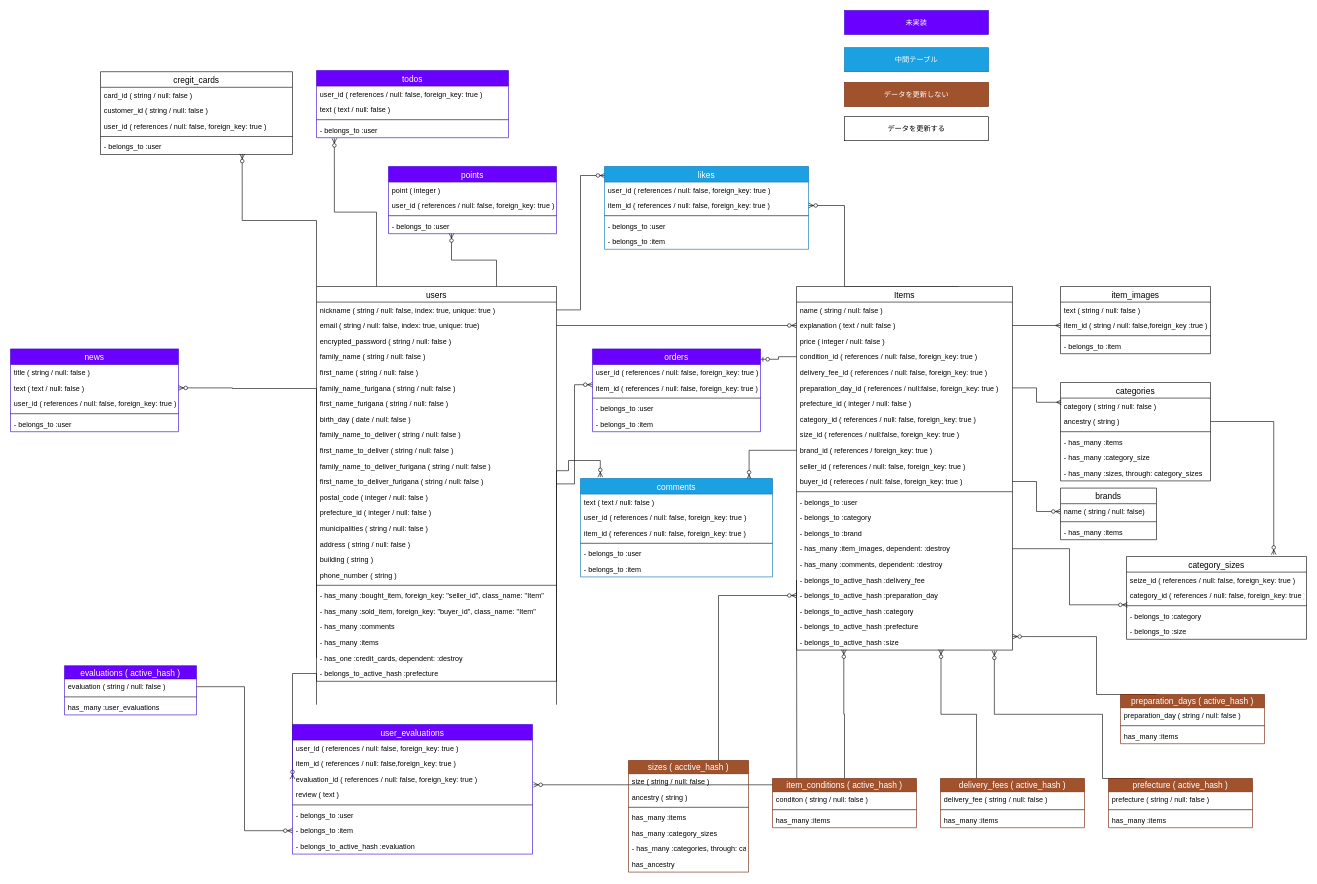
yuktnk/fleamarket_sample_80g keeps this draw.io diagram as ER.drawio. Above is the earlier version. Source tidied: cells renumbered, new cells numbered last; positions are measured from the earlier drawing's top-left corner, leaving out a move shared by most shapes. Both pictures are drawn from the tidied source at 60%, with x=0, y=0 at pixel (10, 10).
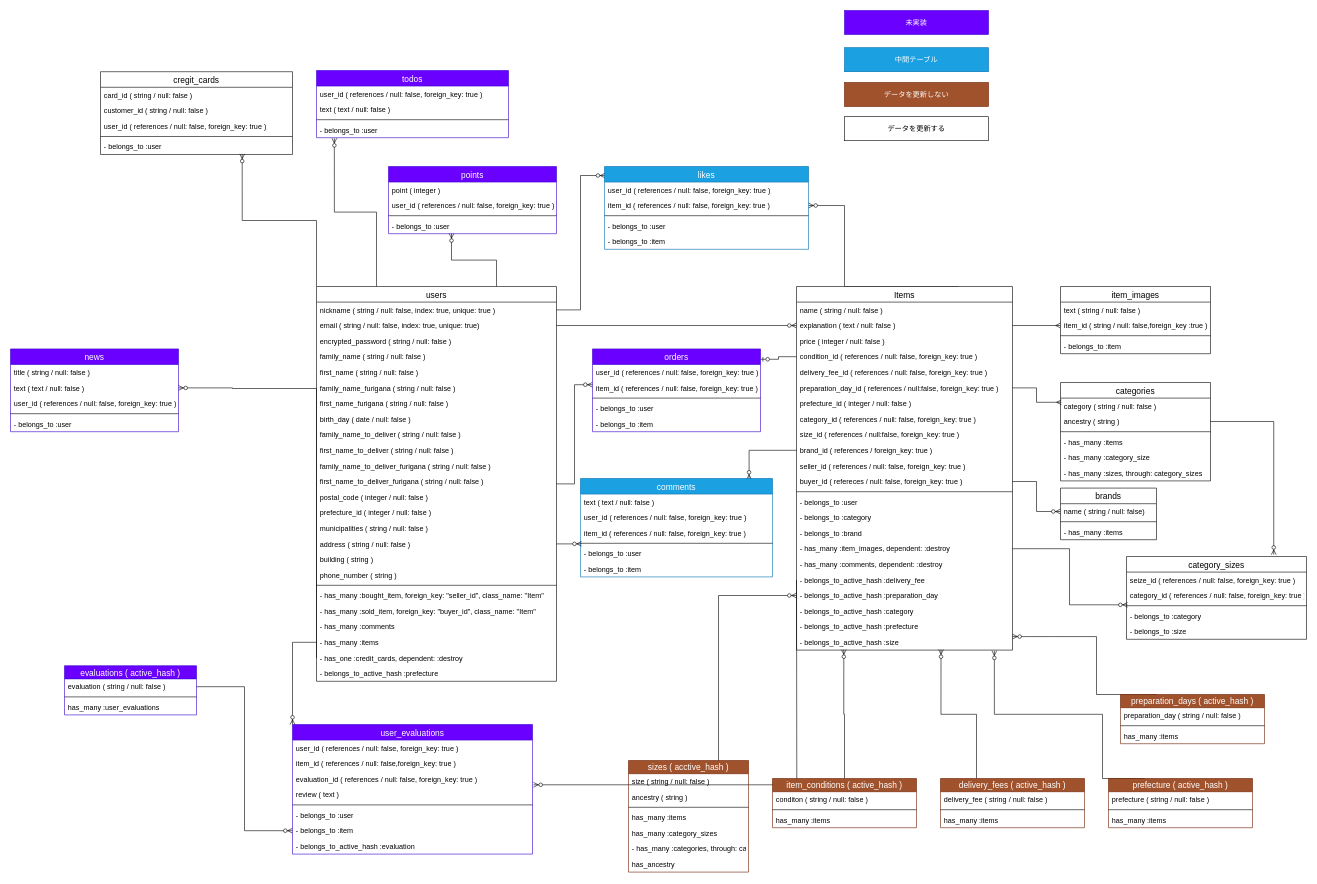
The same diagram, later.

The change refers to these unchanged cells:
```xml
<mxCell id="34" value="address ( string / null: false )" style="text;strokeColor=none;fillColor=none;spacingLeft=4;spacingRight=4;overflow=hidden;points=[[0,0.5],[1,0.5]];portConstraint=eastwest;fontSize=12;" parent="18" vertex="1">
  <mxGeometry y="416" width="400" height="26" as="geometry" />
</mxCell>
<mxCell id="41" value="- has_many :items" style="text;strokeColor=none;fillColor=none;spacingLeft=4;spacingRight=4;overflow=hidden;points=[[0,0.5],[1,0.5]];portConstraint=eastwest;fontSize=12;" parent="18" vertex="1">
  <mxGeometry y="580" width="400" height="26" as="geometry" />
</mxCell>
<mxCell id="102" value="comments" style="swimlane;fontStyle=0;horizontal=1;startSize=26;align=center;fontSize=14;fillColor=#1ba1e2;strokeColor=#006EAF;fontColor=#ffffff;" parent="1" vertex="1">
  <mxGeometry x="950" y="780" width="320" height="164" as="geometry" />
</mxCell>
<mxCell id="107" value="- belongs_to :user" style="text;strokeColor=none;fillColor=none;spacingLeft=4;spacingRight=4;overflow=hidden;points=[[0,0.5],[1,0.5]];portConstraint=eastwest;fontSize=12;" parent="102" vertex="1">
  <mxGeometry y="112" width="320" height="26" as="geometry" />
</mxCell>
<mxCell id="134" value="user_evaluations" style="swimlane;fontStyle=0;horizontal=1;startSize=26;align=center;fontSize=14;fillColor=#6a00ff;strokeColor=#3700CC;fontColor=#ffffff;" parent="1" vertex="1">
  <mxGeometry x="470" y="1190" width="400" height="216" as="geometry" />
</mxCell>
<mxCell id="137" value="evaluation_id ( references / null: false, foreign_key: true )" style="text;strokeColor=none;fillColor=none;spacingLeft=4;spacingRight=4;overflow=hidden;points=[[0,0.5],[1,0.5]];portConstraint=eastwest;fontSize=12;" parent="134" vertex="1">
  <mxGeometry y="78" width="400" height="26" as="geometry" />
</mxCell>
```

The edit, as a diff of the source:
```diff
@@
-    <mxCell id="10" style="edgeStyle=orthogonalEdgeStyle;rounded=0;jettySize=auto;html=1;exitX=1;exitY=0.5;exitDx=0;exitDy=0;entryX=0.103;entryY=-0.014;entryDx=0;entryDy=0;entryPerimeter=0;endArrow=ERzeroToMany;endFill=1;" parent="1" edge="1" target="102">
-      <mxGeometry relative="1" as="geometry">
-        <mxPoint x="910" y="1157" as="sourcePoint" />
-        <Array as="points">
-          <mxPoint x="930" y="767" />
-          <mxPoint x="930" y="750" />
-          <mxPoint x="983" y="750" />
-        </Array>
-      </mxGeometry>
-    </mxCell>
@@
-    <mxCell id="13" style="edgeStyle=orthogonalEdgeStyle;rounded=0;jettySize=auto;html=1;exitX=0;exitY=0.5;exitDx=0;exitDy=0;entryX=0;entryY=0.5;entryDx=0;entryDy=0;endArrow=ERzeroToMany;endFill=1;" parent="1" edge="1" target="137">
-      <mxGeometry relative="1" as="geometry">
-        <mxPoint x="510" y="1157" as="sourcePoint" />
-        <Array as="points">
-          <mxPoint x="470" y="1105" />
-        </Array>
-      </mxGeometry>
-    </mxCell>
@@
+    <mxCell id="180" style="edgeStyle=orthogonalEdgeStyle;rounded=0;jettySize=auto;html=1;exitX=1;exitY=0.5;exitDx=0;exitDy=0;entryX=0.006;entryY=-0.122;entryDx=0;entryDy=0;entryPerimeter=0;endArrow=ERzeroToMany;endFill=1;" parent="1" edge="1" source="34" target="107">
+      <mxGeometry relative="1" as="geometry" />
+    </mxCell>
+    <mxCell id="181" style="edgeStyle=orthogonalEdgeStyle;rounded=0;jettySize=auto;html=1;exitX=0;exitY=0.5;exitDx=0;exitDy=0;entryX=0;entryY=0;entryDx=0;entryDy=0;endArrow=ERzeroToMany;endFill=1;" parent="1" edge="1" source="41" target="134">
+      <mxGeometry relative="1" as="geometry" />
+    </mxCell>
```
